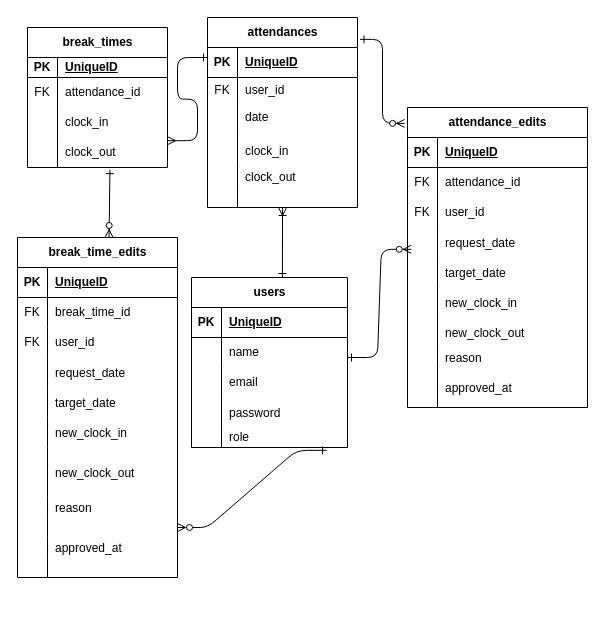
Before: erd.dio in yuriko52-star/tna-app1, a draw.io diagram. Source tidied: cells renumbered, new cells numbered last; positions are measured from the earlier drawing's top-left corner, leaving out a move shared by most shapes. Both pictures are drawn from the tidied source at 100%, with x=0, y=0 at pixel (17, 17).
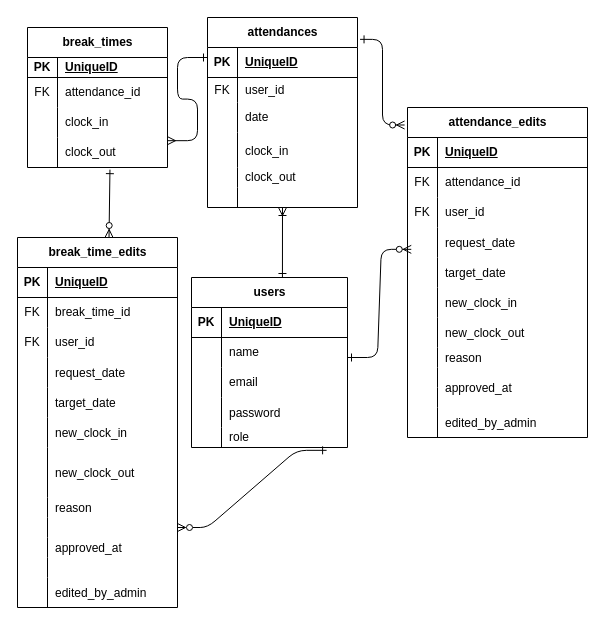
After the change.

What changed in the source:
```diff
@@
     <mxCell id="15" value="break_time_edits" style="shape=table;startSize=30;childLayout=tableLayout;rowLines=0;fontStyle=1;align=center;html=1;" parent="1" vertex="1">
-      <mxGeometry y="220" width="160" height="340" as="geometry" />
+      <mxGeometry y="220" width="160" height="370" as="geometry" />
     </mxCell>
@@
+    <mxCell id="125" style="shape=tableRow;horizontal=0;startSize=0;swimlaneHead=0;swimlaneBody=0;fillColor=none;top=0;left=0;right=0;bottom=0;" parent="15" vertex="1">
+      <mxGeometry y="340" width="160" height="30" as="geometry" />
+    </mxCell>
+    <mxCell id="126" style="shape=partialRectangle;fillColor=none;top=0;left=0;bottom=0;right=0;overflow=hidden;" parent="125" vertex="1">
+      <mxGeometry width="30" height="30" as="geometry" />
+    </mxCell>
+    <mxCell id="127" value="edited_by_admin" style="shape=partialRectangle;fillColor=none;top=0;left=0;bottom=0;right=0;align=left;spacingLeft=6;overflow=hidden;" parent="125" vertex="1">
+      <mxGeometry x="30" width="130" height="30" as="geometry" />
+    </mxCell>
@@
     <mxCell id="65" value="attendance_edits" style="shape=table;startSize=30;childLayout=tableLayout;rowLines=0;fontStyle=1;align=center;html=1;" parent="1" vertex="1">
-      <mxGeometry x="390" y="90" width="180" height="300" as="geometry" />
+      <mxGeometry x="390" y="90" width="180" height="330" as="geometry" />
     </mxCell>
@@
+    <mxCell id="128" style="shape=tableRow;horizontal=0;startSize=0;swimlaneHead=0;swimlaneBody=0;fillColor=none;top=0;left=0;right=0;bottom=0;" parent="65" vertex="1">
+      <mxGeometry y="300" width="180" height="30" as="geometry" />
+    </mxCell>
+    <mxCell id="129" style="shape=partialRectangle;fillColor=none;top=0;left=0;bottom=0;right=0;overflow=hidden;" parent="128" vertex="1">
+      <mxGeometry width="30" height="30" as="geometry" />
+    </mxCell>
+    <mxCell id="130" value="edited_by_admin" style="shape=partialRectangle;fillColor=none;top=0;left=0;bottom=0;right=0;align=left;spacingLeft=6;overflow=hidden;" parent="128" vertex="1">
+      <mxGeometry x="30" width="150" height="30" as="geometry" />
+    </mxCell>
```
